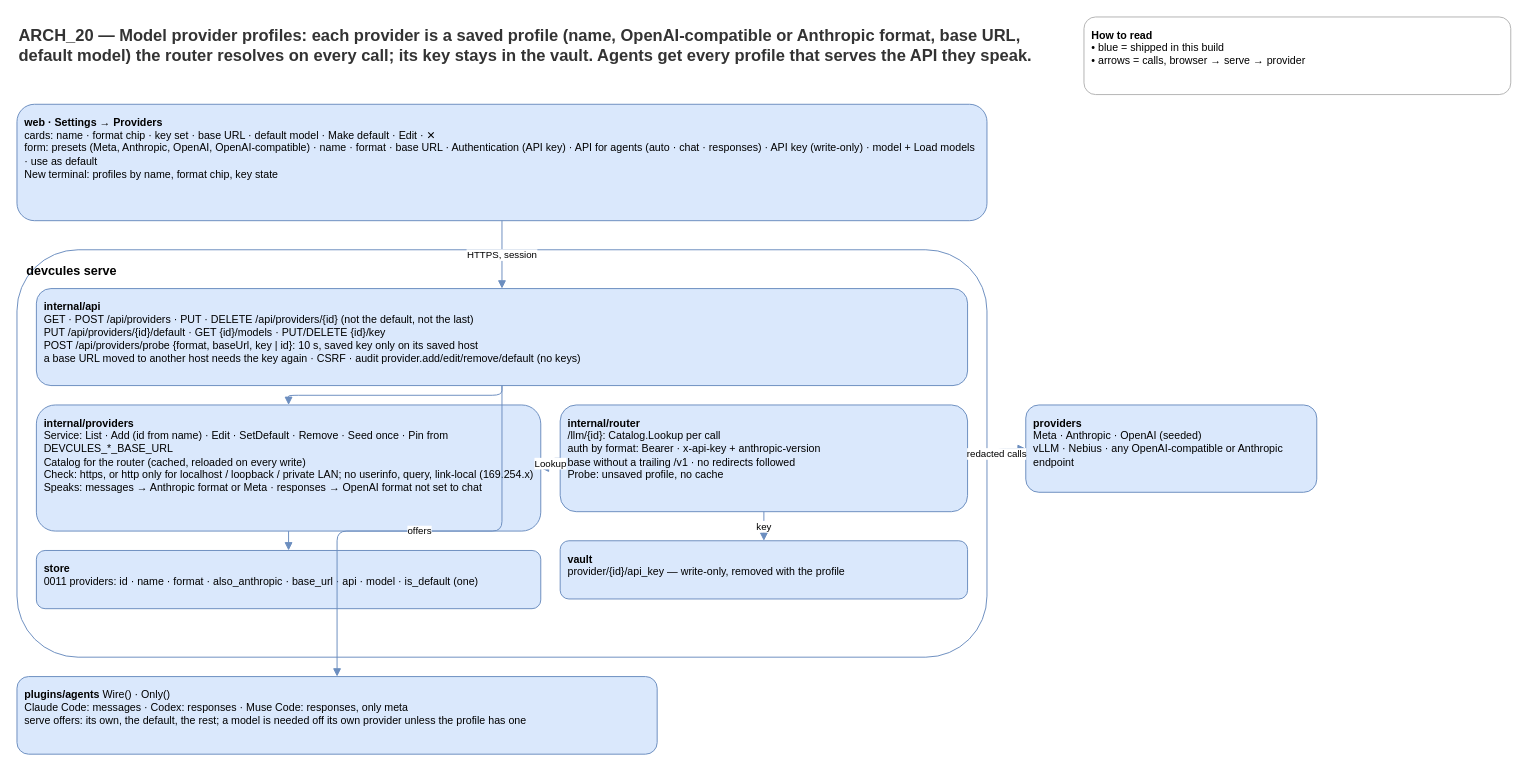
devcules/devcules keeps this draw.io diagram as page "Arch_20" (20 of 21) of docs/diagrams/devcules-architecture.drawio. Above is the earlier version. Source tidied: cells renumbered, new cells numbered last; positions are measured from the earlier drawing's top-left corner, leaving out a move shared by most shapes. Both pictures are drawn from the tidied source at 97%, with x=0, y=0 at pixel (16, 16).
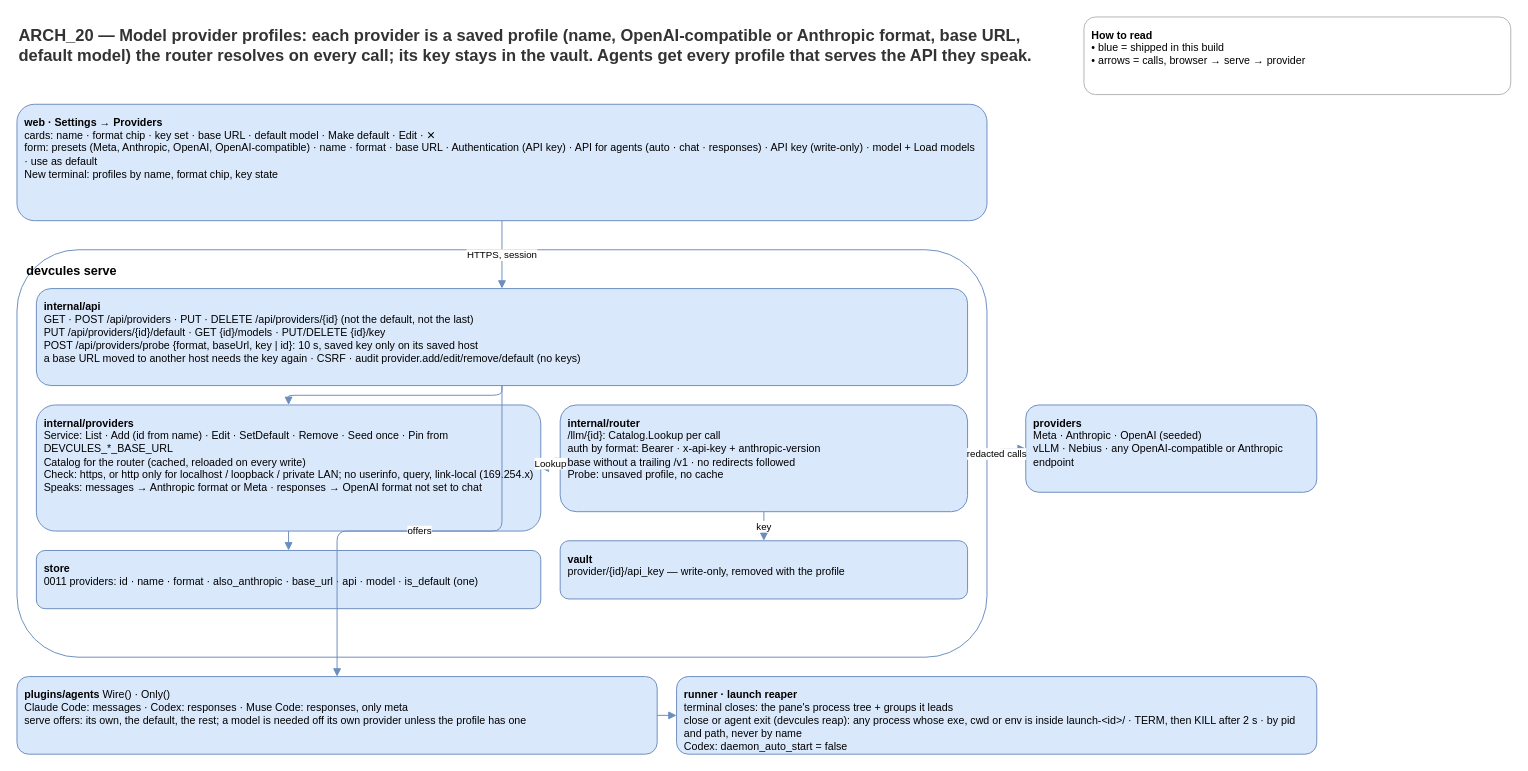
Above is the later version.

Unchanged cells that the change refers to:
```xml
<mxCell id="10" value="&lt;b&gt;plugins/agents&lt;/b&gt; Wire() · Only()&lt;br&gt;Claude Code: messages · Codex: responses · Muse Code: responses, only meta&lt;br&gt;serve offers: its own, the default, the rest; a model is needed off its own provider unless the profile has one" style="rounded=1;whiteSpace=wrap;html=1;fillColor=#DAE8FC;strokeColor=#6C8EBF;fontSize=11;align=left;verticalAlign=top;spacing=8;" parent="1" vertex="1">
  <mxGeometry y="680" width="660" height="80" as="geometry" />
</mxCell>
```

The edit, as a diff of the source:
```diff
@@
+    <mxCell id="20" value="&lt;b&gt;runner · launch reaper&lt;/b&gt;&lt;br&gt;terminal closes: the pane's process tree + groups it leads&lt;br&gt;close or agent exit (devcules reap): any process whose exe, cwd or env is inside launch-&amp;lt;id&amp;gt;/ · TERM, then KILL after 2 s · by pid and path, never by name&lt;br&gt;Codex: daemon_auto_start = false" style="rounded=1;whiteSpace=wrap;html=1;fillColor=#DAE8FC;strokeColor=#6C8EBF;fontSize=11;align=left;verticalAlign=top;spacing=8;" parent="1" vertex="1">
+      <mxGeometry x="680" y="680" width="660" height="80" as="geometry" />
+    </mxCell>
+    <mxCell id="21" style="edgeStyle=orthogonalEdgeStyle;rounded=1;html=1;fontSize=10;strokeColor=#6C8EBF;endArrow=block;" parent="1" edge="1" source="10" target="20">
+      <mxGeometry relative="1" as="geometry" />
+    </mxCell>
```
